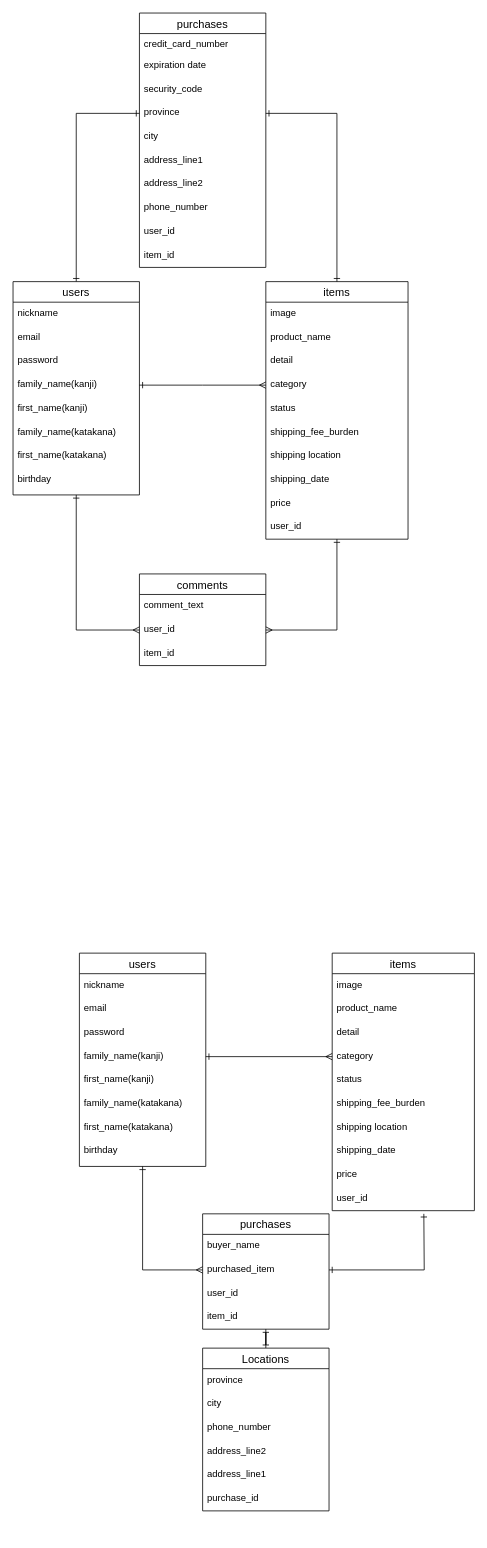
Earlier version of the draw.io diagram ERD.dio (tkyktkmt/furima-34283). Source tidied: cells renumbered, new cells numbered last; positions are measured from the earlier drawing's top-left corner, leaving out a move shared by most shapes. Both pictures are drawn from the tidied source at 79%, with x=0, y=0 at pixel (13, 13).
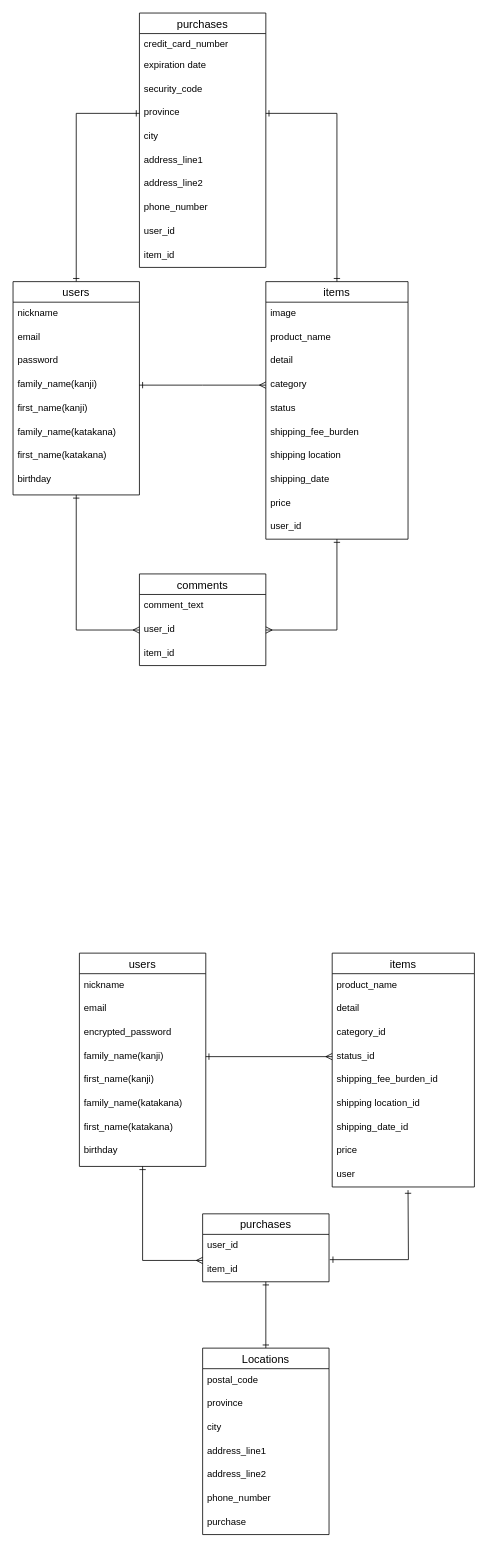
The same page after the edit.

Commit message (it also covers changes not shown here):
データベース設計２

Unchanged cells that the change refers to:
```xml
<mxCell id="43" value="users" style="swimlane;fontStyle=0;horizontal=1;startSize=26;align=center;fontSize=14;" parent="1" vertex="1">
  <mxGeometry x="84" y="1190" width="160" height="270" as="geometry" />
</mxCell>
```

The edit, as a diff of the source:
```diff
@@
-    <mxCell id="42" style="edgeStyle=orthogonalEdgeStyle;rounded=0;jettySize=auto;html=1;endArrow=ERmany;endFill=0;startArrow=ERone;startFill=0;entryX=0;entryY=0.5;entryDx=0;entryDy=0;" parent="1" edge="1" source="43" target="66">
+    <mxCell id="42" style="edgeStyle=orthogonalEdgeStyle;rounded=0;jettySize=auto;html=1;endArrow=ERmany;endFill=0;startArrow=ERone;startFill=0;entryX=0;entryY=1.1;entryDx=0;entryDy=0;entryPerimeter=0;" parent="1" edge="1" source="43" target="67">
       <mxGeometry relative="1" as="geometry" />
     </mxCell>
@@
-    <mxCell id="46" value="password" style="text;strokeColor=none;fillColor=none;spacingLeft=4;spacingRight=4;overflow=hidden;fontSize=12;" parent="43" vertex="1">
+    <mxCell id="46" value="encrypted_password" style="text;strokeColor=none;fillColor=none;spacingLeft=4;spacingRight=4;overflow=hidden;fontSize=12;" parent="43" vertex="1">
       <mxGeometry y="86" width="160" height="30" as="geometry" />
     </mxCell>
@@
     <mxCell id="52" value="items" style="swimlane;fontStyle=0;horizontal=1;startSize=26;align=center;fontSize=14;" parent="1" vertex="1">
-      <mxGeometry x="404" y="1190" width="180" height="326" as="geometry" />
+      <mxGeometry x="404" y="1190" width="180" height="296" as="geometry" />
     </mxCell>
-    <mxCell id="53" value="image" style="text;strokeColor=none;fillColor=none;spacingLeft=4;spacingRight=4;overflow=hidden;fontSize=12;" parent="52" vertex="1">
-      <mxGeometry y="26" width="180" height="30" as="geometry" />
-    </mxCell>
     <mxCell id="54" value="product_name&#10;" style="text;strokeColor=none;fillColor=none;spacingLeft=4;spacingRight=4;overflow=hidden;fontSize=12;" parent="52" vertex="1">
-      <mxGeometry y="56" width="180" height="30" as="geometry" />
+      <mxGeometry y="26" width="180" height="30" as="geometry" />
     </mxCell>
     <mxCell id="55" value="detail" style="text;strokeColor=none;fillColor=none;spacingLeft=4;spacingRight=4;overflow=hidden;fontSize=12;" parent="52" vertex="1">
-      <mxGeometry y="86" width="180" height="30" as="geometry" />
+      <mxGeometry y="56" width="180" height="30" as="geometry" />
     </mxCell>
-    <mxCell id="56" value="category" style="text;strokeColor=none;fillColor=none;spacingLeft=4;spacingRight=4;overflow=hidden;fontSize=12;" parent="52" vertex="1">
-      <mxGeometry y="116" width="180" height="30" as="geometry" />
+    <mxCell id="56" value="category_id" style="text;strokeColor=none;fillColor=none;spacingLeft=4;spacingRight=4;overflow=hidden;fontSize=12;" parent="52" vertex="1">
+      <mxGeometry y="86" width="180" height="30" as="geometry" />
     </mxCell>
-    <mxCell id="57" value="status" style="text;strokeColor=none;fillColor=none;spacingLeft=4;spacingRight=4;overflow=hidden;fontSize=12;" parent="52" vertex="1">
-      <mxGeometry y="146" width="180" height="30" as="geometry" />
+    <mxCell id="57" value="status_id" style="text;strokeColor=none;fillColor=none;spacingLeft=4;spacingRight=4;overflow=hidden;fontSize=12;" parent="52" vertex="1">
+      <mxGeometry y="116" width="180" height="30" as="geometry" />
     </mxCell>
-    <mxCell id="58" value="shipping_fee_burden" style="text;strokeColor=none;fillColor=none;spacingLeft=4;spacingRight=4;overflow=hidden;fontSize=12;" parent="52" vertex="1">
-      <mxGeometry y="176" width="180" height="30" as="geometry" />
+    <mxCell id="58" value="shipping_fee_burden_id" style="text;strokeColor=none;fillColor=none;spacingLeft=4;spacingRight=4;overflow=hidden;fontSize=12;" parent="52" vertex="1">
+      <mxGeometry y="146" width="180" height="30" as="geometry" />
     </mxCell>
-    <mxCell id="59" value="shipping location" style="text;strokeColor=none;fillColor=none;spacingLeft=4;spacingRight=4;overflow=hidden;fontSize=12;" parent="52" vertex="1">
-      <mxGeometry y="206" width="180" height="30" as="geometry" />
+    <mxCell id="59" value="shipping location_id" style="text;strokeColor=none;fillColor=none;spacingLeft=4;spacingRight=4;overflow=hidden;fontSize=12;" parent="52" vertex="1">
+      <mxGeometry y="176" width="180" height="30" as="geometry" />
     </mxCell>
-    <mxCell id="60" value="shipping_date" style="text;strokeColor=none;fillColor=none;spacingLeft=4;spacingRight=4;overflow=hidden;fontSize=12;" parent="52" vertex="1">
-      <mxGeometry y="236" width="180" height="30" as="geometry" />
+    <mxCell id="60" value="shipping_date_id" style="text;strokeColor=none;fillColor=none;spacingLeft=4;spacingRight=4;overflow=hidden;fontSize=12;" parent="52" vertex="1">
+      <mxGeometry y="206" width="180" height="30" as="geometry" />
     </mxCell>
     <mxCell id="61" value="price" style="text;strokeColor=none;fillColor=none;spacingLeft=4;spacingRight=4;overflow=hidden;fontSize=12;" parent="52" vertex="1">
-      <mxGeometry y="266" width="180" height="30" as="geometry" />
+      <mxGeometry y="236" width="180" height="30" as="geometry" />
     </mxCell>
-    <mxCell id="62" value="user_id" style="text;strokeColor=none;fillColor=none;spacingLeft=4;spacingRight=4;overflow=hidden;fontSize=12;" parent="52" vertex="1">
-      <mxGeometry y="296" width="180" height="30" as="geometry" />
+    <mxCell id="62" value="user" style="text;strokeColor=none;fillColor=none;spacingLeft=4;spacingRight=4;overflow=hidden;fontSize=12;" parent="52" vertex="1">
+      <mxGeometry y="266" width="180" height="30" as="geometry" />
     </mxCell>
@@
     <mxCell id="64" value="purchases" style="swimlane;fontStyle=0;horizontal=1;startSize=26;align=center;fontSize=14;" parent="1" vertex="1">
-      <mxGeometry x="240" y="1520" width="160" height="146" as="geometry" />
+      <mxGeometry x="240" y="1520" width="160" height="86" as="geometry" />
     </mxCell>
-    <mxCell id="65" value="buyer_name" style="text;strokeColor=none;fillColor=none;spacingLeft=4;spacingRight=4;overflow=hidden;fontSize=12;" parent="64" vertex="1">
-      <mxGeometry y="26" width="160" height="30" as="geometry" />
-    </mxCell>
-    <mxCell id="66" value="purchased_item" style="text;strokeColor=none;fillColor=none;spacingLeft=4;spacingRight=4;overflow=hidden;points=[[0,0.5],[1,0.5]];portConstraint=eastwest;fontSize=12;" parent="64" vertex="1">
-      <mxGeometry y="56" width="160" height="30" as="geometry" />
-    </mxCell>
     <mxCell id="67" value="user_id" style="text;strokeColor=none;fillColor=none;spacingLeft=4;spacingRight=4;overflow=hidden;points=[[0,0.5],[1,0.5]];portConstraint=eastwest;fontSize=12;" parent="64" vertex="1">
-      <mxGeometry y="86" width="160" height="30" as="geometry" />
+      <mxGeometry y="26" width="160" height="30" as="geometry" />
     </mxCell>
     <mxCell id="68" value="item_id" style="text;strokeColor=none;fillColor=none;spacingLeft=4;spacingRight=4;overflow=hidden;fontSize=12;" parent="64" vertex="1">
-      <mxGeometry y="116" width="160" height="30" as="geometry" />
+      <mxGeometry y="56" width="160" height="30" as="geometry" />
     </mxCell>
     <mxCell id="69" value="Locations" style="swimlane;fontStyle=0;horizontal=1;startSize=26;align=center;fontSize=14;" parent="1" vertex="1">
-      <mxGeometry x="240" y="1690" width="160" height="206" as="geometry" />
+      <mxGeometry x="240" y="1690" width="160" height="236" as="geometry" />
     </mxCell>
+    <mxCell id="78" value="postal_code" style="text;strokeColor=none;fillColor=none;spacingLeft=4;spacingRight=4;overflow=hidden;fontSize=12;" parent="69" vertex="1">
+      <mxGeometry y="26" width="160" height="30" as="geometry" />
+    </mxCell>
     <mxCell id="70" value="province" style="text;strokeColor=none;fillColor=none;spacingLeft=4;spacingRight=4;overflow=hidden;fontSize=12;" parent="69" vertex="1">
-      <mxGeometry y="26" width="160" height="30" as="geometry" />
+      <mxGeometry y="56" width="160" height="30" as="geometry" />
     </mxCell>
     <mxCell id="71" value="city" style="text;strokeColor=none;fillColor=none;spacingLeft=4;spacingRight=4;overflow=hidden;fontSize=12;" parent="69" vertex="1">
-      <mxGeometry y="56" width="160" height="30" as="geometry" />
+      <mxGeometry y="86" width="160" height="30" as="geometry" />
     </mxCell>
+    <mxCell id="74" value="address_line1&#10;" style="text;strokeColor=none;fillColor=none;spacingLeft=4;spacingRight=4;overflow=hidden;fontSize=12;" parent="69" vertex="1">
+      <mxGeometry y="116" width="160" height="30" as="geometry" />
+    </mxCell>
+    <mxCell id="73" value="address_line2" style="text;strokeColor=none;fillColor=none;spacingLeft=4;spacingRight=4;overflow=hidden;fontSize=12;" parent="69" vertex="1">
+      <mxGeometry y="146" width="160" height="30" as="geometry" />
+    </mxCell>
     <mxCell id="72" value="phone_number" style="text;strokeColor=none;fillColor=none;spacingLeft=4;spacingRight=4;overflow=hidden;fontSize=12;" parent="69" vertex="1">
-      <mxGeometry y="86" width="160" height="30" as="geometry" />
+      <mxGeometry y="176" width="160" height="30" as="geometry" />
     </mxCell>
-    <mxCell id="73" value="address_line2" style="text;strokeColor=none;fillColor=none;spacingLeft=4;spacingRight=4;overflow=hidden;fontSize=12;" parent="69" vertex="1">
-      <mxGeometry y="116" width="160" height="30" as="geometry" />
-    </mxCell>
-    <mxCell id="74" value="address_line1&#10;" style="text;strokeColor=none;fillColor=none;spacingLeft=4;spacingRight=4;overflow=hidden;fontSize=12;" parent="69" vertex="1">
-      <mxGeometry y="146" width="160" height="30" as="geometry" />
-    </mxCell>
-    <mxCell id="75" value="purchase_id" style="text;strokeColor=none;fillColor=none;spacingLeft=4;spacingRight=4;overflow=hidden;fontSize=12;" parent="69" vertex="1">
-      <mxGeometry y="176" width="160" height="30" as="geometry" />
+    <mxCell id="75" value="purchase" style="text;strokeColor=none;fillColor=none;spacingLeft=4;spacingRight=4;overflow=hidden;fontSize=12;" parent="69" vertex="1">
+      <mxGeometry y="206" width="160" height="30" as="geometry" />
     </mxCell>
@@
-    <mxCell id="77" style="edgeStyle=orthogonalEdgeStyle;rounded=0;jettySize=auto;html=1;endArrow=ERone;endFill=0;startArrow=ERone;startFill=0;" parent="1" edge="1" source="66">
+    <mxCell id="77" style="edgeStyle=orthogonalEdgeStyle;rounded=0;jettySize=auto;html=1;endArrow=ERone;endFill=0;startArrow=ERone;startFill=0;exitX=1.006;exitY=1.067;exitDx=0;exitDy=0;exitPerimeter=0;" parent="1" edge="1" source="67">
       <mxGeometry relative="1" as="geometry">
-        <mxPoint x="520" y="1520" as="targetPoint" />
+        <mxPoint x="500" y="1490" as="targetPoint" />
       </mxGeometry>
     </mxCell>
```
